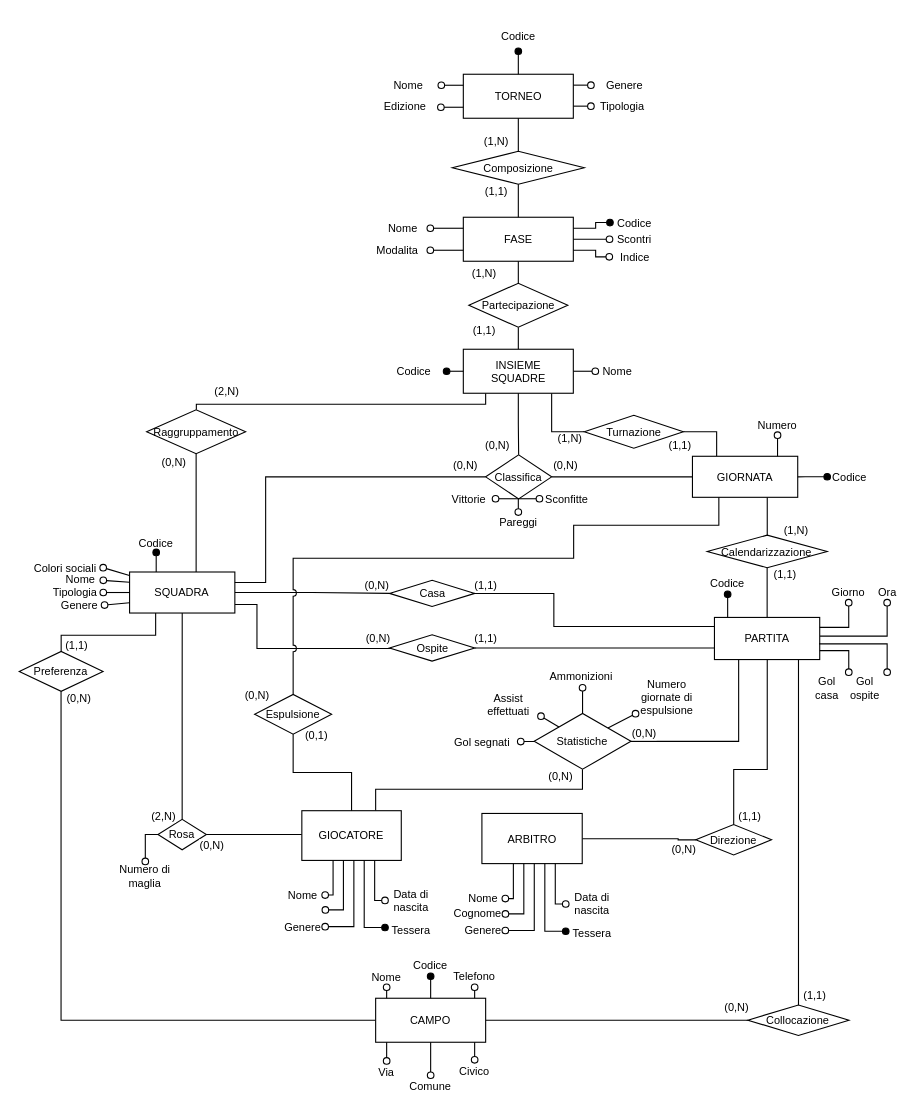
dichohnf/bdsi_2022-23 keeps this draw.io diagram as page "Logic" (2 of 4) of bdsi-prog-2023.drawio. Above is the earlier version. Source tidied: cells renumbered, new cells numbered last; positions are measured from the earlier drawing's top-left corner, leaving out a move shared by most shapes. Both pictures are drawn from the tidied source at 110%, with x=0, y=0 at pixel (19, 19).
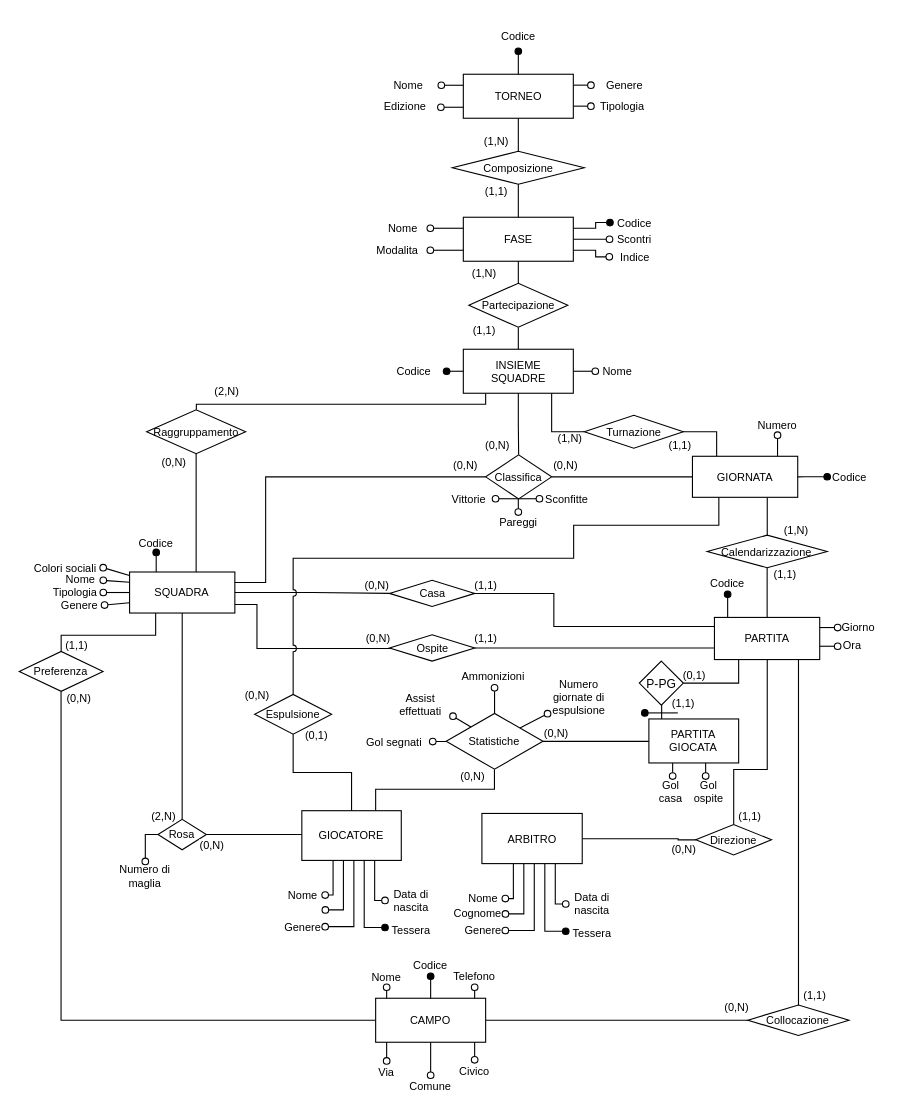
The same diagram, later.

The change refers to these unchanged cells:
```xml
<mxCell id="42" value="&lt;div style=&quot;font-size: 10px;&quot;&gt;GIOCATORE&lt;/div&gt;" style="whiteSpace=wrap;html=1;align=center;fontFamily=Helvetica;fontSize=10;fontColor=default;" parent="41" vertex="1">
  <mxGeometry x="18.9" width="90.4" height="45.2" as="geometry" />
</mxCell>
<mxCell id="166" value="Statistiche" style="shape=rhombus;perimeter=rhombusPerimeter;whiteSpace=wrap;html=1;align=center;rotation=0;direction=south;rounded=0;fontSize=10;" parent="165" vertex="1">
  <mxGeometry y="12.9" width="88" height="50.7" as="geometry" />
</mxCell>
```

What changed in the source:
```diff
@@
-    <mxCell id="31" style="edgeStyle=orthogonalEdgeStyle;rounded=0;hachureGap=4;jettySize=auto;html=1;fontFamily=Architects Daughter;fontSize=16;endArrow=none;endFill=0;" parent="1" edge="1" source="166" target="96">
-      <mxGeometry relative="1" as="geometry">
-        <Array as="points">
-          <mxPoint x="654" y="656" />
-        </Array>
-      </mxGeometry>
-    </mxCell>
     <mxCell id="32" style="edgeStyle=orthogonalEdgeStyle;shape=connector;rounded=0;jettySize=auto;html=1;labelBackgroundColor=default;strokeColor=default;fontFamily=Helvetica;fontSize=10;fontColor=default;endArrow=none;endFill=0;" parent="1" edge="1" source="42" target="166">
       <mxGeometry relative="1" as="geometry">
         <Array as="points">
           <mxPoint x="324" y="700" />
-          <mxPoint x="512" y="700" />
+          <mxPoint x="432" y="700" />
         </Array>
       </mxGeometry>
     </mxCell>
@@
-    <mxCell id="95" style="group;" parent="1" vertex="1">
-      <mxGeometry x="612" y="502.8" width="179" height="119.5" as="geometry" />
-    </mxCell>
-    <mxCell id="96" value="&lt;div style=&quot;font-size: 10px;&quot;&gt;PARTITA&lt;/div&gt;" style="whiteSpace=wrap;html=1;align=center;fontFamily=Helvetica;fontSize=10;fontColor=default;" parent="95" vertex="1">
-      <mxGeometry x="20" y="41" width="95.7" height="38.3" as="geometry" />
-    </mxCell>
-    <mxCell id="97" value="Giorno" style="text;strokeColor=none;align=center;fillColor=none;html=1;verticalAlign=middle;whiteSpace=wrap;rounded=0;fontSize=10;" parent="95" vertex="1">
-      <mxGeometry x="122.9" y="8.5" width="38.3" height="19.1" as="geometry" />
-    </mxCell>
-    <mxCell id="98" style="edgeStyle=orthogonalEdgeStyle;shape=connector;rounded=0;jettySize=auto;html=1;entryX=0.5;entryY=1;entryDx=0;entryDy=0;labelBackgroundColor=default;strokeColor=default;fontFamily=Helvetica;fontSize=10;fontColor=default;startArrow=none;startFill=0;endArrow=oval;endFill=0;" parent="95" edge="1" source="96" target="97">
-      <mxGeometry relative="1" as="geometry">
-        <Array as="points">
-          <mxPoint x="142" y="50" />
-        </Array>
-      </mxGeometry>
-    </mxCell>
-    <mxCell id="99" value="Ora" style="text;strokeColor=none;align=center;fillColor=none;html=1;verticalAlign=middle;whiteSpace=wrap;rounded=0;fontSize=10;" parent="95" vertex="1">
-      <mxGeometry x="163.6" y="8.5" width="26.8" height="19.1" as="geometry" />
-    </mxCell>
-    <mxCell id="100" style="edgeStyle=orthogonalEdgeStyle;shape=connector;rounded=0;jettySize=auto;html=1;entryX=0.5;entryY=1;entryDx=0;entryDy=0;labelBackgroundColor=default;strokeColor=default;fontFamily=Helvetica;fontSize=10;fontColor=default;startArrow=none;startFill=0;endArrow=oval;endFill=0;exitX=1.003;exitY=0.443;exitDx=0;exitDy=0;exitPerimeter=0;" parent="95" edge="1" source="96" target="99">
-      <mxGeometry relative="1" as="geometry" />
-    </mxCell>
-    <mxCell id="101" value="&lt;div style=&quot;font-size: 10px;&quot;&gt;&lt;br style=&quot;font-size: 10px;&quot;&gt;&lt;/div&gt;" style="text;strokeColor=none;align=center;fillColor=none;html=1;verticalAlign=middle;whiteSpace=wrap;rounded=0;fontSize=10;fontFamily=Helvetica;fontColor=default;" parent="95" vertex="1">
-      <mxGeometry x="119.2" y="83.2" width="52.6" height="23.9" as="geometry" />
-    </mxCell>
-    <mxCell id="102" value="Gol casa" style="text;strokeColor=none;align=center;fillColor=none;html=1;verticalAlign=middle;whiteSpace=wrap;rounded=0;fontSize=10;" parent="95" vertex="1">
-      <mxGeometry x="105.8" y="90.8" width="32.5" height="28.7" as="geometry" />
-    </mxCell>
-    <mxCell id="103" style="edgeStyle=orthogonalEdgeStyle;shape=connector;rounded=0;jettySize=auto;html=1;entryX=0.5;entryY=0;entryDx=0;entryDy=0;labelBackgroundColor=default;strokeColor=default;fontFamily=Helvetica;fontSize=10;fontColor=default;startArrow=none;startFill=0;endArrow=oval;endFill=0;" parent="95" edge="1" source="96">
-      <mxGeometry relative="1" as="geometry">
-        <mxPoint x="142.1" y="90.8" as="targetPoint" />
-        <Array as="points">
-          <mxPoint x="142" y="71.2" />
-        </Array>
-      </mxGeometry>
-    </mxCell>
-    <mxCell id="104" value="Gol ospite" style="text;strokeColor=none;align=center;fillColor=none;html=1;verticalAlign=middle;whiteSpace=wrap;rounded=0;fontSize=10;" parent="95" vertex="1">
-      <mxGeometry x="135" y="90.8" width="44" height="28.7" as="geometry" />
-    </mxCell>
-    <mxCell id="105" style="edgeStyle=orthogonalEdgeStyle;shape=connector;rounded=0;jettySize=auto;html=1;entryX=0.5;entryY=0;entryDx=0;entryDy=0;labelBackgroundColor=default;strokeColor=default;fontFamily=Helvetica;fontSize=10;fontColor=default;startArrow=none;startFill=0;endArrow=oval;endFill=0;exitX=0.993;exitY=0.627;exitDx=0;exitDy=0;exitPerimeter=0;" parent="95" edge="1" source="96">
-      <mxGeometry relative="1" as="geometry">
-        <mxPoint x="177" y="90.8" as="targetPoint" />
-        <Array as="points">
-          <mxPoint x="177" y="65.2" />
-        </Array>
-      </mxGeometry>
-    </mxCell>
-    <mxCell id="106" value="Codice" style="text;strokeColor=none;align=center;fillColor=none;html=1;verticalAlign=middle;whiteSpace=wrap;rounded=0;fontSize=10;" parent="95" vertex="1">
-      <mxGeometry x="12" width="40" height="20" as="geometry" />
-    </mxCell>
-    <mxCell id="107" style="edgeStyle=orthogonalEdgeStyle;shape=connector;rounded=0;jettySize=auto;html=1;labelBackgroundColor=default;strokeColor=default;fontFamily=Helvetica;fontSize=10;fontColor=default;startArrow=none;startFill=0;endArrow=oval;endFill=1;" parent="95" edge="1" source="96" target="106">
-      <mxGeometry relative="1" as="geometry">
-        <Array as="points">
-          <mxPoint x="32" y="27" />
-          <mxPoint x="32" y="27" />
-        </Array>
-      </mxGeometry>
-    </mxCell>
@@
     <mxCell id="164" style="group;" parent="1" vertex="1">
-      <mxGeometry x="386.1" y="587.1" width="232.9" height="101" as="geometry" />
+      <mxGeometry x="306.1" y="587.1" width="232.9" height="101" as="geometry" />
     </mxCell>
@@
+    <mxCell id="202" style="edgeStyle=orthogonalEdgeStyle;rounded=0;hachureGap=4;jettySize=auto;html=1;fontFamily=Architects Daughter;fontSize=16;endArrow=none;endFill=0;" parent="1" edge="1" source="166" target="205">
+      <mxGeometry relative="1" as="geometry">
+        <Array as="points">
+          <mxPoint x="524" y="656" />
+          <mxPoint x="524" y="656" />
+        </Array>
+      </mxGeometry>
+    </mxCell>
+    <mxCell id="203" style="edgeStyle=orthogonalEdgeStyle;shape=connector;rounded=0;jettySize=auto;html=1;labelBackgroundColor=default;strokeColor=default;fontFamily=Helvetica;fontSize=11;fontColor=default;startArrow=none;startFill=0;endArrow=oval;endFill=0;" parent="1" edge="1" source="205" target="102">
+      <mxGeometry relative="1" as="geometry">
+        <Array as="points">
+          <mxPoint x="594" y="680" />
+          <mxPoint x="594" y="680" />
+        </Array>
+      </mxGeometry>
+    </mxCell>
+    <mxCell id="204" style="edgeStyle=orthogonalEdgeStyle;shape=connector;rounded=0;jettySize=auto;html=1;labelBackgroundColor=default;strokeColor=default;fontFamily=Helvetica;fontSize=11;fontColor=default;startArrow=none;startFill=0;endArrow=oval;endFill=0;" parent="1" edge="1" source="205" target="104">
+      <mxGeometry relative="1" as="geometry">
+        <Array as="points">
+          <mxPoint x="624" y="680" />
+          <mxPoint x="624" y="680" />
+        </Array>
+      </mxGeometry>
+    </mxCell>
+    <mxCell id="205" value="&lt;div style=&quot;font-size: 10px;&quot;&gt;PARTITA&lt;/div&gt;&lt;div style=&quot;font-size: 10px;&quot;&gt;GIOCATA&lt;/div&gt;" style="whiteSpace=wrap;html=1;align=center;fontFamily=Helvetica;fontSize=10;fontColor=default;" parent="1" vertex="1">
+      <mxGeometry x="572.4" y="636.1" width="81.6" height="40" as="geometry" />
+    </mxCell>
+    <mxCell id="206" style="edgeStyle=orthogonalEdgeStyle;rounded=0;hachureGap=4;jettySize=auto;html=1;fontFamily=Architects Daughter;fontSize=16;endArrow=none;endFill=0;" parent="1" edge="1" source="205" target="208">
+      <mxGeometry relative="1" as="geometry">
+        <Array as="points">
+          <mxPoint x="584" y="630" />
+          <mxPoint x="584" y="630" />
+        </Array>
+      </mxGeometry>
+    </mxCell>
+    <mxCell id="207" style="edgeStyle=orthogonalEdgeStyle;shape=connector;rounded=0;jettySize=auto;html=1;labelBackgroundColor=default;strokeColor=default;fontFamily=Helvetica;fontSize=11;fontColor=default;startArrow=none;startFill=0;endArrow=none;endFill=0;" parent="1" edge="1" source="208" target="96">
+      <mxGeometry relative="1" as="geometry">
+        <Array as="points">
+          <mxPoint x="654" y="604" />
+        </Array>
+      </mxGeometry>
+    </mxCell>
+    <mxCell id="208" value="P-PG" style="rhombus;whiteSpace=wrap;html=1;fontFamily=Helvetica;fontSize=11;fontColor=default;" parent="1" vertex="1">
+      <mxGeometry x="563.7" y="583.5" width="40" height="40" as="geometry" />
+    </mxCell>
+    <mxCell id="209" value="&lt;font style=&quot;font-size: 10px;&quot;&gt;(0,1)&lt;/font&gt;" style="text;strokeColor=none;align=center;fillColor=none;html=1;verticalAlign=middle;whiteSpace=wrap;rounded=0;fontSize=10;" parent="1" vertex="1">
+      <mxGeometry x="597" y="587.3" width="33.5" height="16.8" as="geometry" />
+    </mxCell>
+    <mxCell id="210" value="&lt;font style=&quot;font-size: 10px;&quot;&gt;(1,1)&lt;/font&gt;" style="text;strokeColor=none;align=center;fillColor=none;html=1;verticalAlign=middle;whiteSpace=wrap;rounded=0;fontSize=10;" parent="1" vertex="1">
+      <mxGeometry x="586.7" y="613.3" width="33.5" height="16.8" as="geometry" />
+    </mxCell>
+    <mxCell id="102" value="Gol casa" style="text;strokeColor=none;align=center;fillColor=none;html=1;verticalAlign=middle;whiteSpace=wrap;rounded=0;fontSize=10;" parent="1" vertex="1">
+      <mxGeometry x="575.8" y="688" width="32.5" height="28.7" as="geometry" />
+    </mxCell>
+    <mxCell id="104" value="Gol ospite" style="text;strokeColor=none;align=center;fillColor=none;html=1;verticalAlign=middle;whiteSpace=wrap;rounded=0;fontSize=10;" parent="1" vertex="1">
+      <mxGeometry x="605" y="688" width="44" height="28.7" as="geometry" />
+    </mxCell>
+    <mxCell id="211" style="endArrow=oval;html=1;rounded=0;labelBackgroundColor=default;strokeColor=default;fontFamily=Helvetica;fontSize=11;fontColor=default;shape=connector;startArrow=none;startFill=0;endFill=1;" parent="1" edge="1">
+      <mxGeometry relative="1" as="geometry">
+        <mxPoint x="598.7" y="630.6" as="sourcePoint" />
+        <mxPoint x="568.7" y="630.6" as="targetPoint" />
+      </mxGeometry>
+    </mxCell>
+    <mxCell id="96" value="&lt;div style=&quot;font-size: 10px;&quot;&gt;PARTITA&lt;/div&gt;" style="whiteSpace=wrap;html=1;align=center;fontFamily=Helvetica;fontSize=10;fontColor=default;" parent="1" vertex="1">
+      <mxGeometry x="632" y="543.8" width="95.7" height="38.3" as="geometry" />
+    </mxCell>
+    <mxCell id="97" value="Giorno" style="text;strokeColor=none;align=center;fillColor=none;html=1;verticalAlign=middle;whiteSpace=wrap;rounded=0;fontSize=10;" parent="1" vertex="1">
+      <mxGeometry x="744" y="543.5" width="38.3" height="19.1" as="geometry" />
+    </mxCell>
+    <mxCell id="98" style="edgeStyle=orthogonalEdgeStyle;shape=connector;rounded=0;jettySize=auto;html=1;labelBackgroundColor=default;strokeColor=default;fontFamily=Helvetica;fontSize=10;fontColor=default;startArrow=none;startFill=0;endArrow=oval;endFill=0;" parent="1" edge="1" source="96" target="97">
+      <mxGeometry relative="1" as="geometry">
+        <Array as="points">
+          <mxPoint x="734" y="553" />
+          <mxPoint x="734" y="553" />
+        </Array>
+      </mxGeometry>
+    </mxCell>
+    <mxCell id="99" value="Ora" style="text;strokeColor=none;align=center;fillColor=none;html=1;verticalAlign=middle;whiteSpace=wrap;rounded=0;fontSize=10;" parent="1" vertex="1">
+      <mxGeometry x="744" y="559.6" width="26.8" height="19.1" as="geometry" />
+    </mxCell>
+    <mxCell id="100" style="edgeStyle=orthogonalEdgeStyle;shape=connector;rounded=0;jettySize=auto;html=1;labelBackgroundColor=default;strokeColor=default;fontFamily=Helvetica;fontSize=10;fontColor=default;startArrow=none;startFill=0;endArrow=oval;endFill=0;" parent="1" edge="1" source="96" target="99">
+      <mxGeometry relative="1" as="geometry">
+        <Array as="points">
+          <mxPoint x="734" y="570" />
+          <mxPoint x="734" y="570" />
+        </Array>
+      </mxGeometry>
+    </mxCell>
+    <mxCell id="106" value="Codice" style="text;strokeColor=none;align=center;fillColor=none;html=1;verticalAlign=middle;whiteSpace=wrap;rounded=0;fontSize=10;" parent="1" vertex="1">
+      <mxGeometry x="624" y="502.8" width="40" height="20" as="geometry" />
+    </mxCell>
+    <mxCell id="107" style="edgeStyle=orthogonalEdgeStyle;shape=connector;rounded=0;jettySize=auto;html=1;labelBackgroundColor=default;strokeColor=default;fontFamily=Helvetica;fontSize=10;fontColor=default;startArrow=none;startFill=0;endArrow=oval;endFill=1;" parent="1" edge="1" source="96" target="106">
+      <mxGeometry relative="1" as="geometry">
+        <Array as="points">
+          <mxPoint x="644" y="529.8" />
+          <mxPoint x="644" y="529.8" />
+        </Array>
+      </mxGeometry>
+    </mxCell>
```
